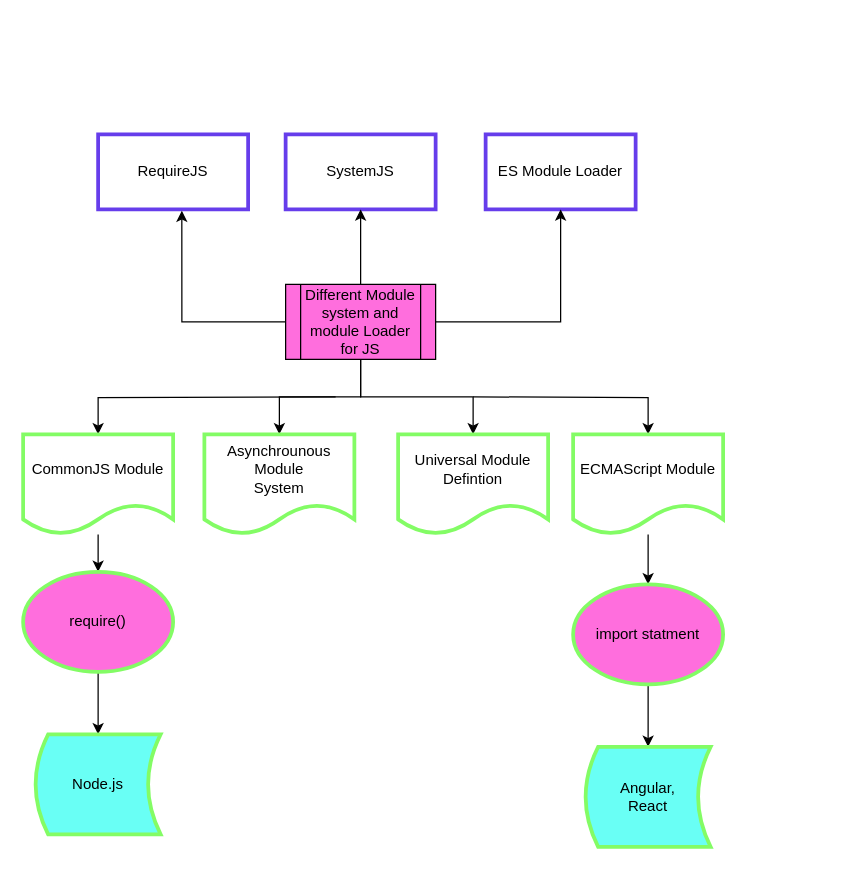
Above: My Articles/JS/JS Module Loader.drawio in anbarasan-raji/books (draw.io), before the change. Source tidied: cells renumbered, new cells numbered last; positions are measured from the earlier drawing's top-left corner, leaving out a move shared by most shapes. Both pictures are drawn from the tidied source at 125%, with x=0, y=0 at pixel (22, 134).
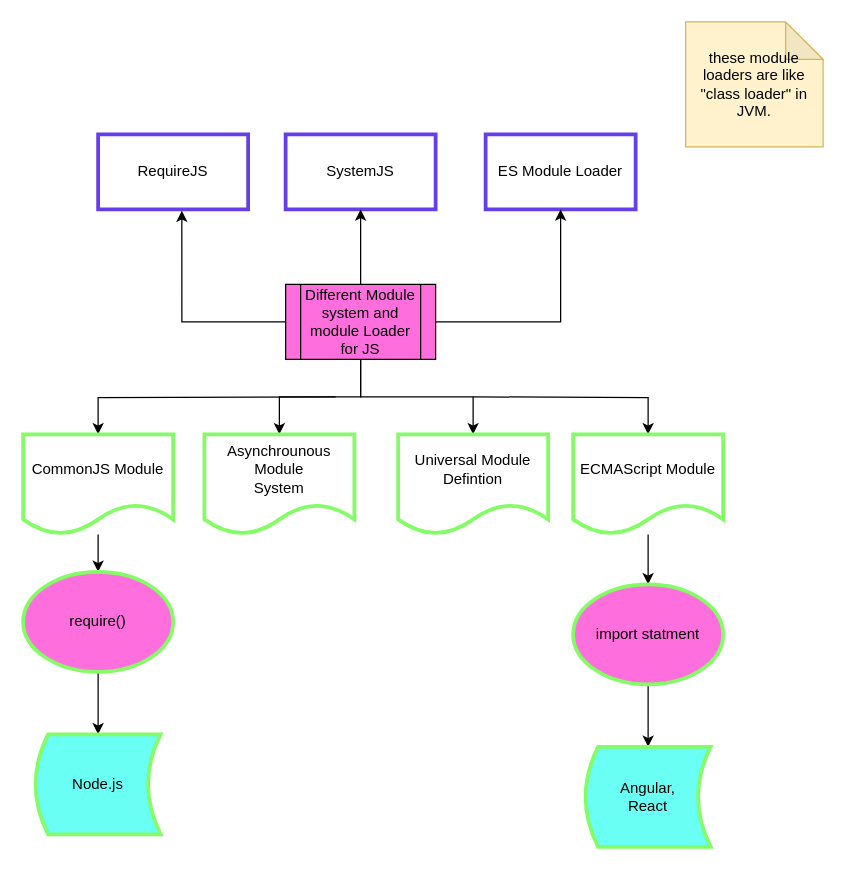
The same page after the edit.

Change to the diagram source:
```diff
@@
+    <mxCell id="25" value="these module loaders are like &quot;class loader&quot; in JVM." style="shape=note;whiteSpace=wrap;html=1;backgroundOutline=1;darkOpacity=0.05;fillColor=#fff2cc;strokeColor=#d6b656;" parent="1" vertex="1">
+      <mxGeometry x="530" y="-90" width="110" height="100" as="geometry" />
+    </mxCell>
```
